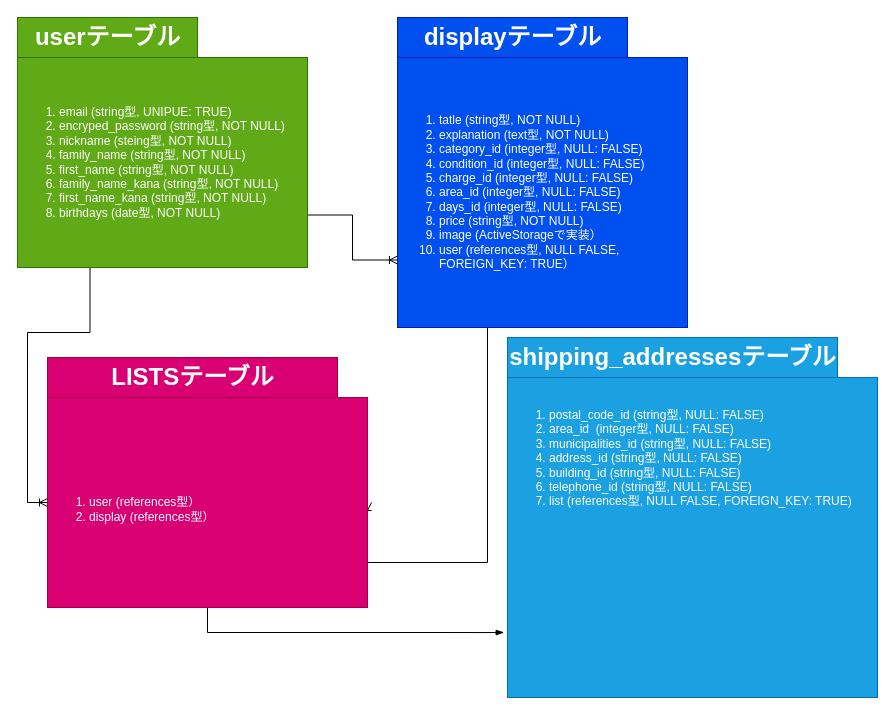
Earlier version of the draw.io diagram er.dio (kitamatus-jumpei/furima-36165). Source tidied: cells renumbered, new cells numbered last; positions are measured from the earlier drawing's top-left corner, leaving out a move shared by most shapes. Both pictures are drawn from the tidied source at 100%, with x=0, y=0 at pixel (17, 17).
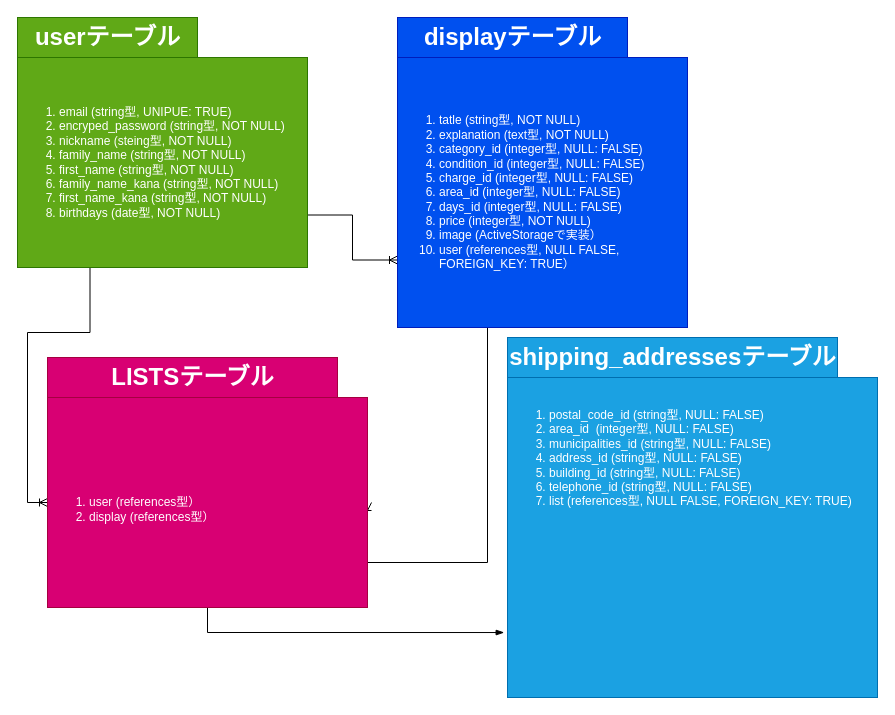
Above is the later version.

Diff of the diagram source:
```diff
@@
 <mxGraphModel>
   <root>
     <mxCell id="0" />
     <mxCell id="1" parent="0" />
     <mxCell id="2" style="edgeStyle=orthogonalEdgeStyle;rounded=0;jettySize=auto;html=1;exitX=1;exitY=0.75;exitDx=0;exitDy=0;entryX=0;entryY=0.75;entryDx=0;entryDy=0;endArrow=ERoneToMany;endFill=0;" parent="1" edge="1" source="4" target="8">
       <mxGeometry relative="1" as="geometry" />
     </mxCell>
     <mxCell id="3" style="edgeStyle=orthogonalEdgeStyle;rounded=0;jettySize=auto;html=1;exitX=0.25;exitY=1;exitDx=0;exitDy=0;entryX=0;entryY=0.5;entryDx=0;entryDy=0;endArrow=ERoneToMany;endFill=0;" parent="1" edge="1" source="4" target="11">
       <mxGeometry relative="1" as="geometry" />
     </mxCell>
     <mxCell id="4" value="&lt;ol&gt;&lt;li&gt;email (string型, UNIPUE: TRUE)&lt;/li&gt;&lt;li&gt;encryped_password (string型, NOT NULL)&lt;/li&gt;&lt;li&gt;nickname (steing型, NOT NULL)&lt;/li&gt;&lt;li&gt;family_name (string型, NOT NULL)&lt;/li&gt;&lt;li&gt;first_name (string型, NOT NULL)&lt;/li&gt;&lt;li&gt;family_name_kana (string型, NOT NULL)&lt;/li&gt;&lt;li&gt;first_name_kana (string型, NOT NULL)&lt;br&gt;&lt;/li&gt;&lt;li&gt;birthdays (date型, NOT NULL)&lt;/li&gt;&lt;/ol&gt;" style="text;strokeColor=#2D7600;fillColor=#60a917;html=1;whiteSpace=wrap;verticalAlign=middle;overflow=hidden;fontColor=#ffffff;" parent="1" vertex="1">
       <mxGeometry y="40" width="290" height="210" as="geometry" />
     </mxCell>
     <mxCell id="5" value="userテーブル" style="text;strokeColor=#2D7600;fillColor=#60a917;html=1;fontSize=24;fontStyle=1;verticalAlign=middle;align=center;fontColor=#ffffff;" parent="1" vertex="1">
       <mxGeometry width="180" height="40" as="geometry" />
     </mxCell>
     <mxCell id="6" value="displayテーブル" style="text;strokeColor=#001DBC;fillColor=#0050ef;html=1;fontSize=24;fontStyle=1;verticalAlign=middle;align=center;fontColor=#ffffff;" parent="1" vertex="1">
       <mxGeometry x="380" width="230" height="40" as="geometry" />
     </mxCell>
     <mxCell id="7" style="edgeStyle=orthogonalEdgeStyle;rounded=0;jettySize=auto;html=1;exitX=0.75;exitY=1;exitDx=0;exitDy=0;entryX=1;entryY=0.5;entryDx=0;entryDy=0;endArrow=ERoneToMany;endFill=0;" parent="1" edge="1" source="8" target="11">
       <mxGeometry relative="1" as="geometry">
         <Array as="points">
           <mxPoint x="470" y="310" />
           <mxPoint x="470" y="545" />
         </Array>
       </mxGeometry>
     </mxCell>
-    <mxCell id="8" value="&lt;ol&gt;&lt;li&gt;tatle (string型, NOT NULL)&lt;/li&gt;&lt;li&gt;explanation (text型, NOT NULL)&lt;/li&gt;&lt;li&gt;category_id (integer型, NULL: FALSE)&lt;/li&gt;&lt;li&gt;condition_id (integer型, NULL: FALSE)&lt;/li&gt;&lt;li&gt;charge_id (integer型, NULL: FALSE)&lt;/li&gt;&lt;li&gt;area_id (integer型, NULL: FALSE)&lt;/li&gt;&lt;li&gt;days_id (integer型, NULL: FALSE)&lt;/li&gt;&lt;li&gt;price (string型, NOT NULL)&lt;/li&gt;&lt;li&gt;image (ActiveStorageで実装）&lt;/li&gt;&lt;li&gt;user (references型, NULL FALSE, FOREIGN_KEY: TRUE）&lt;/li&gt;&lt;/ol&gt;" style="text;strokeColor=#001DBC;fillColor=#0050ef;html=1;whiteSpace=wrap;verticalAlign=middle;overflow=hidden;fontColor=#ffffff;" parent="1" vertex="1">
+    <mxCell id="8" value="&lt;ol&gt;&lt;li&gt;tatle (string型, NOT NULL)&lt;/li&gt;&lt;li&gt;explanation (text型, NOT NULL)&lt;/li&gt;&lt;li&gt;category_id (integer型, NULL: FALSE)&lt;/li&gt;&lt;li&gt;condition_id (integer型, NULL: FALSE)&lt;/li&gt;&lt;li&gt;charge_id (integer型, NULL: FALSE)&lt;/li&gt;&lt;li&gt;area_id (integer型, NULL: FALSE)&lt;/li&gt;&lt;li&gt;days_id (integer型, NULL: FALSE)&lt;/li&gt;&lt;li&gt;price (integer型, NOT NULL)&lt;/li&gt;&lt;li&gt;image (ActiveStorageで実装）&lt;/li&gt;&lt;li&gt;user (references型, NULL FALSE, FOREIGN_KEY: TRUE）&lt;/li&gt;&lt;/ol&gt;" style="text;strokeColor=#001DBC;fillColor=#0050ef;html=1;whiteSpace=wrap;verticalAlign=middle;overflow=hidden;fontColor=#ffffff;" parent="1" vertex="1">
       <mxGeometry x="380" y="40" width="290" height="270" as="geometry" />
     </mxCell>
     <mxCell id="9" value="LISTSテーブル" style="text;strokeColor=#A50040;fillColor=#d80073;html=1;fontSize=24;fontStyle=1;verticalAlign=middle;align=center;fontColor=#ffffff;" parent="1" vertex="1">
       <mxGeometry x="30" y="340" width="290" height="40" as="geometry" />
     </mxCell>
     <mxCell id="10" style="edgeStyle=orthogonalEdgeStyle;rounded=0;jettySize=auto;html=1;exitX=0.5;exitY=1;exitDx=0;exitDy=0;entryX=-0.009;entryY=0.797;entryDx=0;entryDy=0;entryPerimeter=0;endArrow=blockThin;endFill=1;" parent="1" edge="1" source="11" target="13">
       <mxGeometry relative="1" as="geometry" />
     </mxCell>
     <mxCell id="11" value="&lt;div&gt;&lt;br&gt;&lt;/div&gt;&lt;ol&gt;&lt;li&gt;user (references型）&lt;/li&gt;&lt;li&gt;display (references型）&lt;/li&gt;&lt;/ol&gt;" style="text;strokeColor=#A50040;fillColor=#d80073;html=1;whiteSpace=wrap;verticalAlign=middle;overflow=hidden;fontColor=#ffffff;" parent="1" vertex="1">
       <mxGeometry x="30" y="380" width="320" height="210" as="geometry" />
     </mxCell>
     <mxCell id="12" value="shipping_addressesテーブル" style="text;strokeColor=#006EAF;fillColor=#1ba1e2;html=1;fontSize=24;fontStyle=1;verticalAlign=middle;align=center;fontColor=#ffffff;" parent="1" vertex="1">
       <mxGeometry x="490" y="320" width="330" height="40" as="geometry" />
     </mxCell>
     <mxCell id="13" value="&lt;ol&gt;&lt;li&gt;&lt;span&gt;postal_code_id (string型, NULL: FALSE)&lt;/span&gt;&lt;br&gt;&lt;/li&gt;&lt;li&gt;area_id&amp;nbsp; (integer型, NULL: FALSE)&lt;/li&gt;&lt;li&gt;municipalities_id (string型, NULL: FALSE)&lt;/li&gt;&lt;li&gt;address_id (string型, NULL: FALSE)&lt;/li&gt;&lt;li&gt;building_id (string型, NULL: FALSE)&lt;/li&gt;&lt;li&gt;telephone_id (string型, NULL: FALSE)&lt;/li&gt;&lt;li&gt;list (references型, NULL FALSE, FOREIGN_KEY: TRUE)&lt;/li&gt;&lt;/ol&gt;&lt;div&gt;&lt;br&gt;&lt;/div&gt;&lt;div&gt;&lt;br&gt;&lt;/div&gt;&lt;div&gt;&lt;br&gt;&lt;/div&gt;&lt;div&gt;&lt;br&gt;&lt;/div&gt;&lt;div&gt;&lt;br&gt;&lt;/div&gt;&lt;div&gt;&lt;br&gt;&lt;/div&gt;&lt;div&gt;&lt;br&gt;&lt;/div&gt;&lt;div&gt;&lt;br&gt;&lt;/div&gt;&lt;div&gt;&lt;br&gt;&lt;/div&gt;&lt;div&gt;&lt;br&gt;&lt;/div&gt;&lt;div&gt;&lt;br&gt;&lt;/div&gt;" style="text;strokeColor=#006EAF;fillColor=#1ba1e2;html=1;whiteSpace=wrap;verticalAlign=middle;overflow=hidden;fontColor=#ffffff;" parent="1" vertex="1">
       <mxGeometry x="490" y="360" width="370" height="320" as="geometry" />
     </mxCell>
   </root>
 </mxGraphModel>
```
